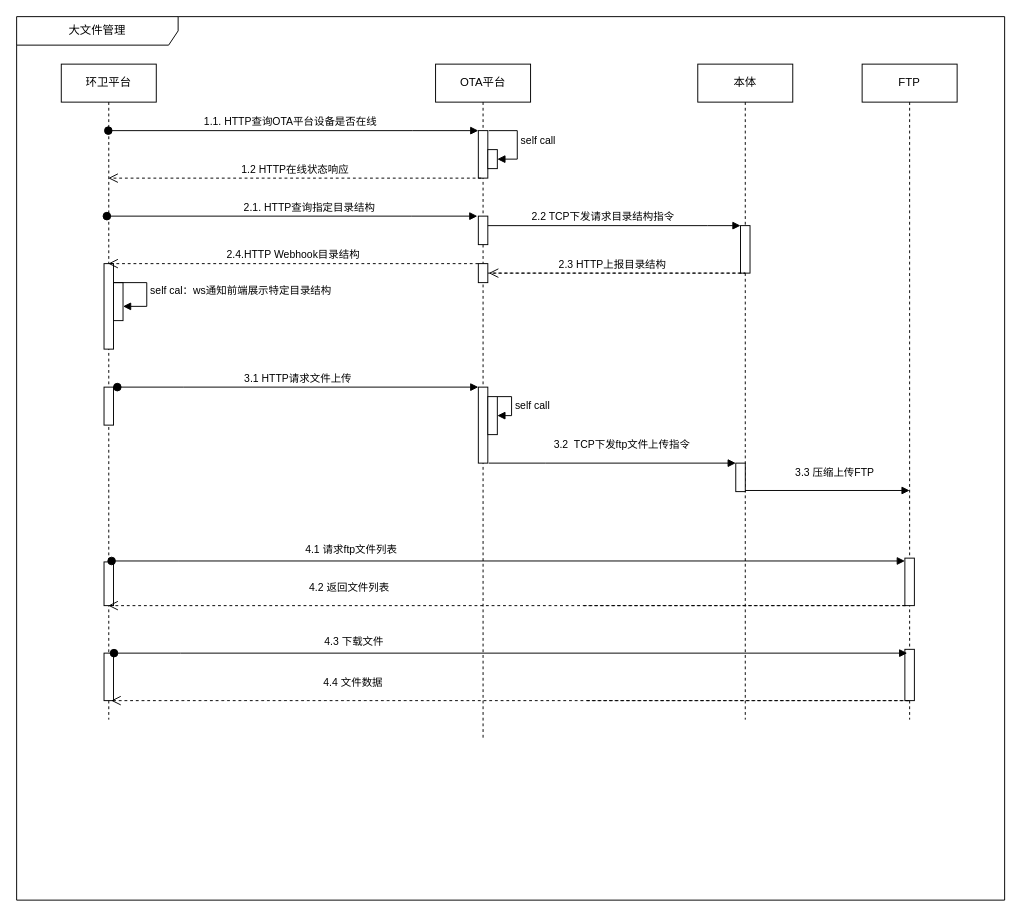
This is 未命名绘图.drawio from leegaox/draw, a draw.io file, before an edit. Source tidied: cells renumbered, new cells numbered last; positions are measured from the earlier drawing's top-left corner, leaving out a move shared by most shapes. Both pictures are drawn from the tidied source at 95%, with x=0, y=0 at pixel (16, 16).
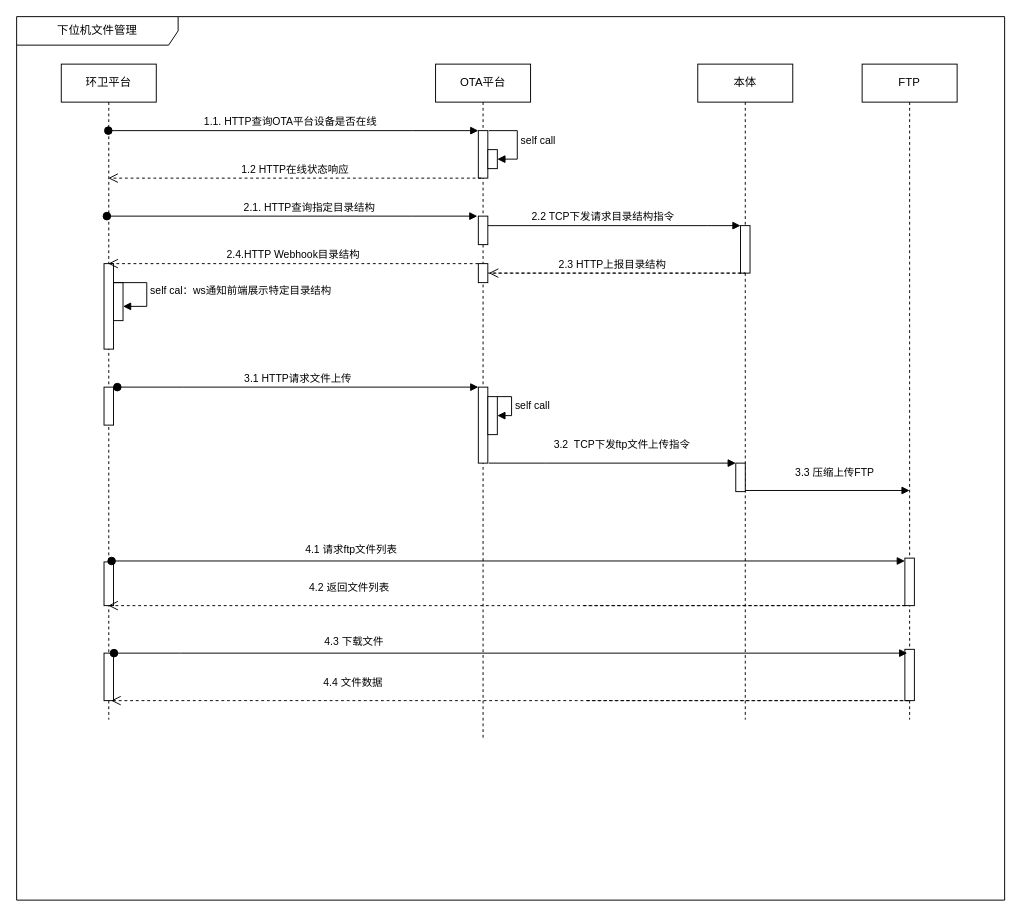
The same page after the edit.

Change to the diagram source:
```diff
@@
-    <mxCell id="3" value="大文件管理" style="shape=umlFrame;whiteSpace=wrap;html=1;width=170;height=30;" parent="1" vertex="1">
+    <mxCell id="3" value="下位机文件管理" style="shape=umlFrame;whiteSpace=wrap;html=1;width=170;height=30;" parent="1" vertex="1">
       <mxGeometry width="1040" height="930" as="geometry" />
     </mxCell>
```
